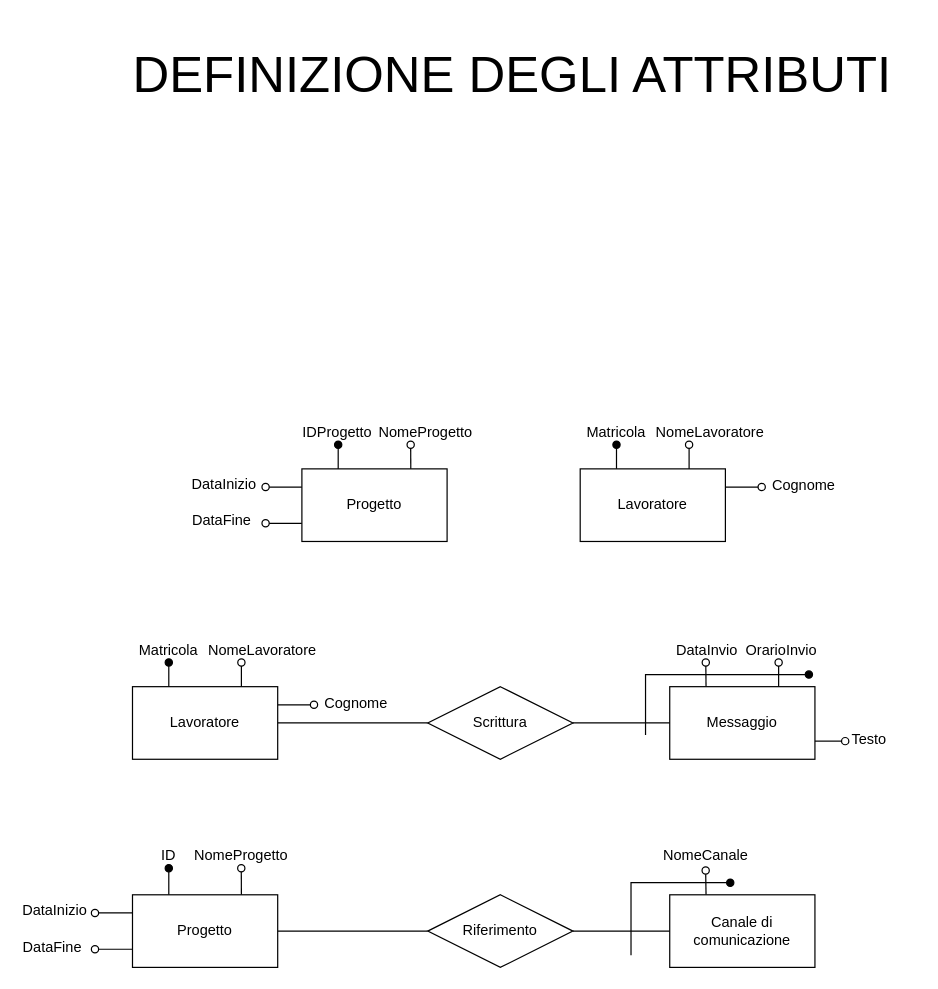
Earlier version of the draw.io diagram page "definizione-attributi" (2 of 8) of Relazione/Schema ER/scheletro.drawio (martafra/BD-Chat-Multicanale). Source tidied: cells renumbered, new cells numbered last; positions are measured from the earlier drawing's top-left corner, leaving out a move shared by most shapes. Both pictures are drawn from the tidied source at 121%, with x=0, y=0 at pixel (21, 21).
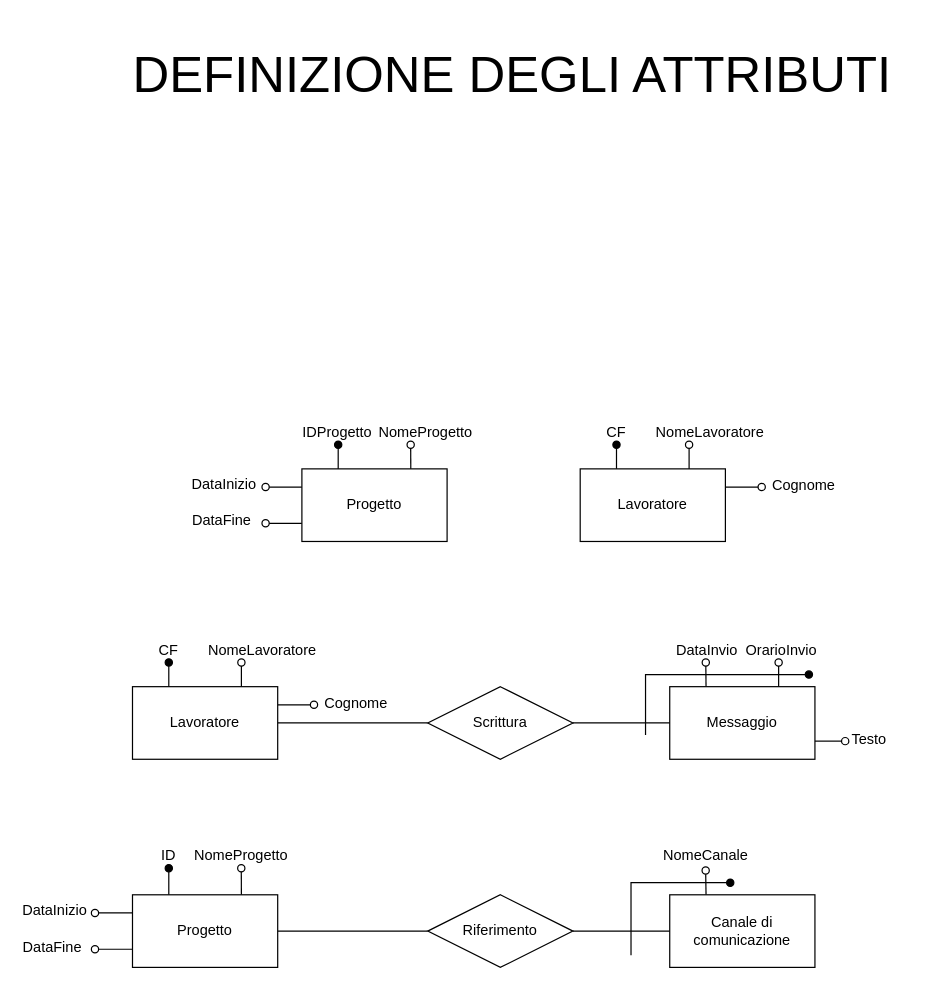
The same page after the edit.

The edit, as a diff of the source:
```diff
@@
-    <mxCell id="16" value="Matricola" style="text;html=1;strokeColor=none;fillColor=none;align=center;verticalAlign=middle;whiteSpace=wrap;rounded=0;" parent="1" vertex="1">
+    <mxCell id="16" value="CF" style="text;html=1;strokeColor=none;fillColor=none;align=center;verticalAlign=middle;whiteSpace=wrap;rounded=0;" parent="1" vertex="1">
       <mxGeometry x="472" y="330" width="40" height="20" as="geometry" />
     </mxCell>
@@
-    <mxCell id="39" value="Matricola" style="text;html=1;strokeColor=none;fillColor=none;align=center;verticalAlign=middle;whiteSpace=wrap;rounded=0;" parent="1" vertex="1">
+    <mxCell id="39" value="CF" style="text;html=1;strokeColor=none;fillColor=none;align=center;verticalAlign=middle;whiteSpace=wrap;rounded=0;" parent="1" vertex="1">
       <mxGeometry x="102" y="510" width="40" height="20" as="geometry" />
     </mxCell>
```
